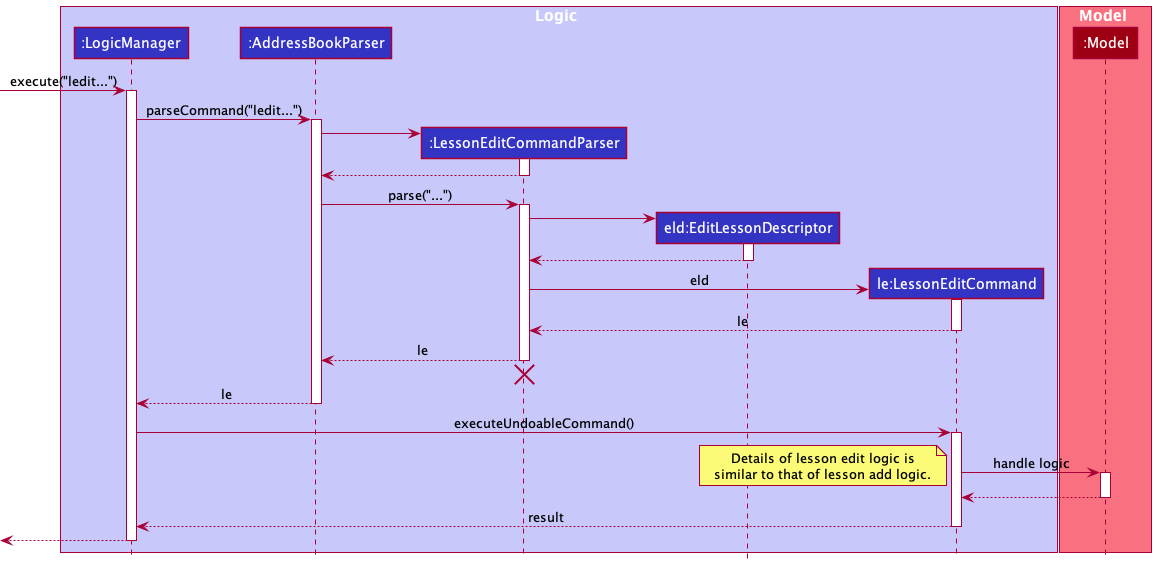
This is docs/images/LessonEditSequenceDiagram.png from nus-cs2103-AY2122S1/tp, a PlantUML export, as it was before one commit. The source it was exported from:
```plantuml
@startuml
!include style.puml

box Logic LOGIC_COLOR_T1
participant ":LogicManager" as LogicManager LOGIC_COLOR
participant ":AddressBookParser" as AddressBookParser LOGIC_COLOR
participant ":LessonEditCommandParser" as LessonEditCommandParser LOGIC_COLOR
participant "eld:EditLessonDescriptor" as EditLessonDescriptor LOGIC_COLOR
participant "le:LessonEditCommand" as LessonEditCommand LOGIC_COLOR

end box

box Model MODEL_COLOR_T1
participant ":Model" as Model MODEL_COLOR
end box

[-> LogicManager : execute("ledit...")
activate LogicManager

LogicManager -> AddressBookParser : parseCommand("ledit...")
activate AddressBookParser

create LessonEditCommandParser
AddressBookParser -> LessonEditCommandParser
activate LessonEditCommandParser

LessonEditCommandParser --> AddressBookParser
deactivate LessonEditCommandParser

AddressBookParser -> LessonEditCommandParser : parse("...")
activate LessonEditCommandParser

create EditLessonDescriptor
LessonEditCommandParser -> EditLessonDescriptor
activate EditLessonDescriptor

EditLessonDescriptor --> LessonEditCommandParser
deactivate

create LessonEditCommand
LessonEditCommandParser -> LessonEditCommand : eld
activate LessonEditCommand

LessonEditCommand --> LessonEditCommandParser : le
deactivate LessonEditCommand

LessonEditCommandParser --> AddressBookParser : le
deactivate LessonEditCommandParser
LessonEditCommandParser -[hidden]-> AddressBookParser
destroy LessonEditCommandParser

AddressBookParser --> LogicManager : le
deactivate AddressBookParser

LogicManager -> LessonEditCommand : executeUndoableCommand()
activate LessonEditCommand

LessonEditCommand -> Model : handle logic
activate Model

note bottom
Details of lesson edit logic is
similar to that of lesson add logic.
end note

Model --> LessonEditCommand
deactivate Model

LessonEditCommand --> LogicManager : result
deactivate LessonEditCommand

[<--LogicManager
deactivate LogicManager
@enduml
```
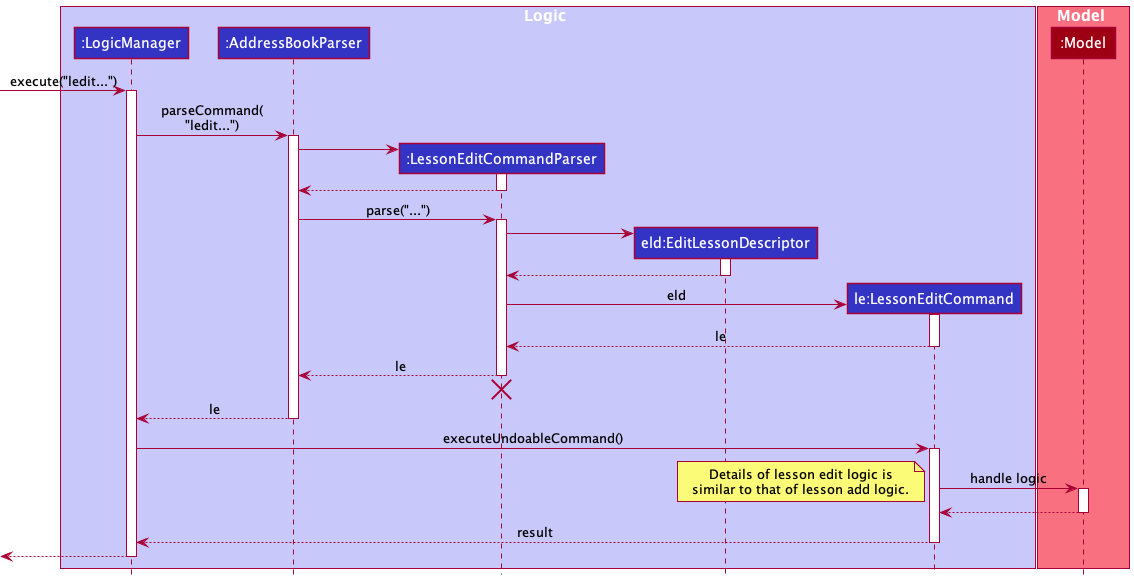
Later version of the same file.

The edit, as a diff of the source:
```diff
@@ -17,7 +17,7 @@
 [-> LogicManager : execute("ledit...")
 activate LogicManager
 
-LogicManager -> AddressBookParser : parseCommand("ledit...")
+LogicManager -> AddressBookParser : parseCommand(\n"ledit...")
 activate AddressBookParser
 
 create LessonEditCommandParser
```
